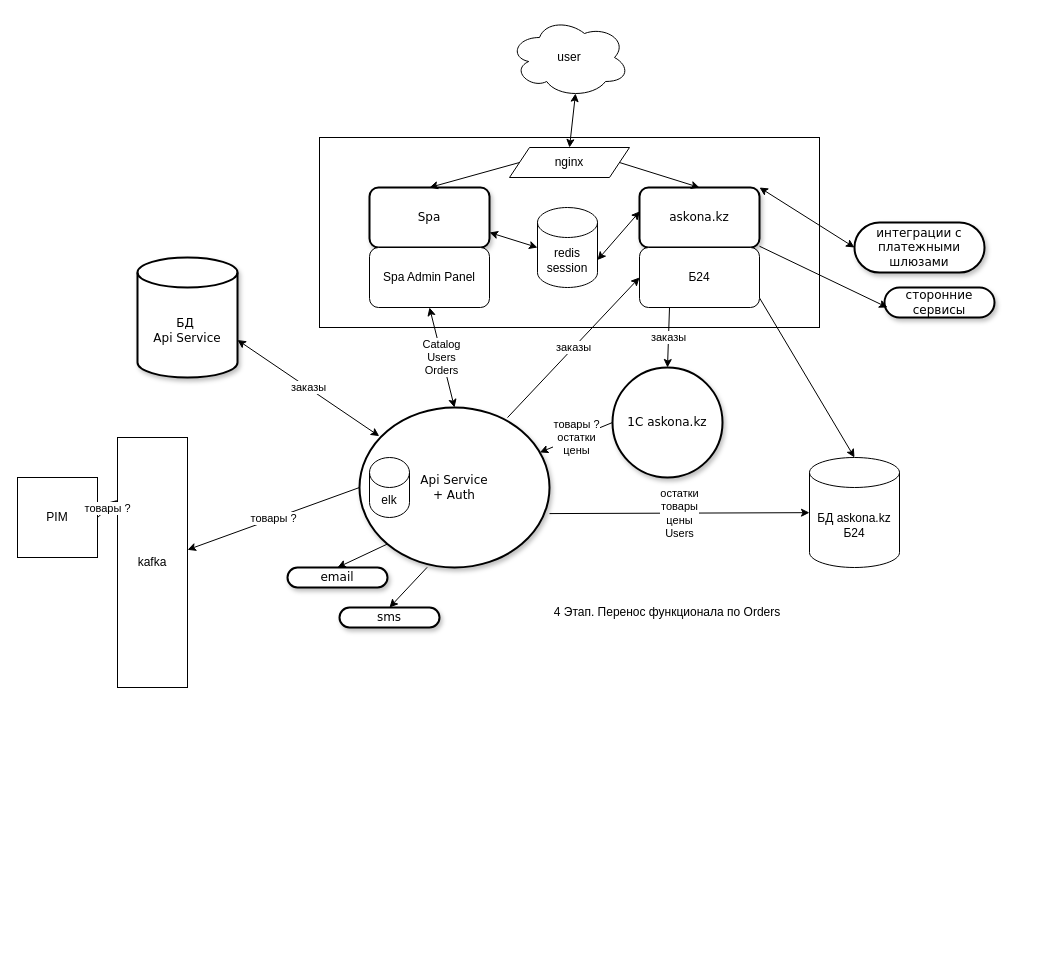
Above: page "4 Этап" (5 of 6) of Untitled Diagram.drawio in vartananastasia/ii (draw.io), before the change. Source tidied: cells renumbered, new cells numbered last; positions are measured from the earlier drawing's top-left corner, leaving out a move shared by most shapes. Both pictures are drawn from the tidied source at 100%, with x=0, y=0 at pixel (17, 17).
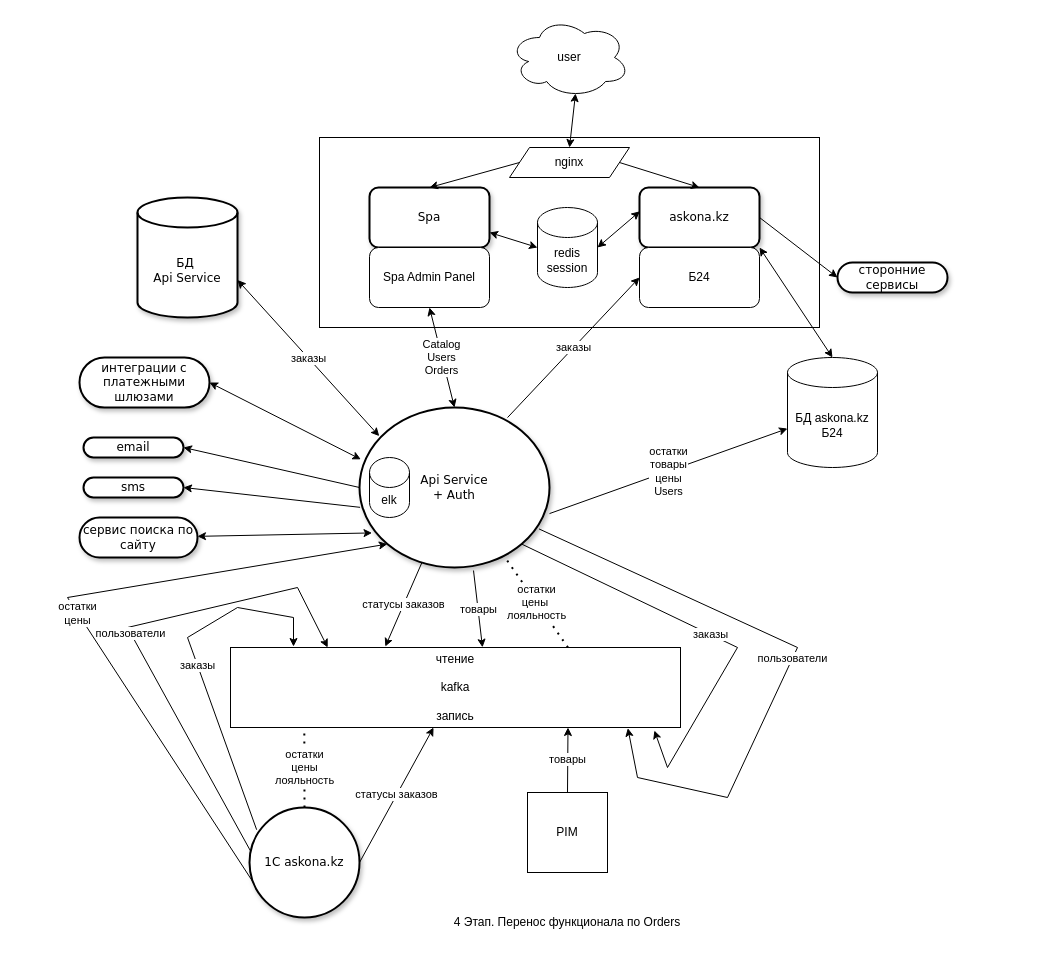
After the change.

Unchanged cells that the change refers to:
```xml
<mxCell id="8" value="Api Service&lt;br&gt;+ Auth&lt;br&gt;" style="ellipse;whiteSpace=wrap;html=1;rounded=1;shadow=1;comic=0;labelBackgroundColor=none;strokeWidth=2;fontFamily=Verdana;fontSize=12;align=center;" parent="1" vertex="1">
  <mxGeometry x="342" y="390" width="190" height="160" as="geometry" />
</mxCell>
<mxCell id="14" value="redis&lt;br&gt;session" style="shape=cylinder3;whiteSpace=wrap;html=1;boundedLbl=1;backgroundOutline=1;size=15;" parent="1" vertex="1">
  <mxGeometry x="520" y="190" width="60" height="80" as="geometry" />
</mxCell>
<mxCell id="15" value="askona.kz" style="whiteSpace=wrap;html=1;rounded=1;shadow=1;comic=0;labelBackgroundColor=none;strokeWidth=2;fontFamily=Verdana;fontSize=12;align=center;" parent="1" vertex="1">
  <mxGeometry x="622" y="170" width="120" height="60" as="geometry" />
</mxCell>
<mxCell id="37" value="Б24" style="rounded=1;whiteSpace=wrap;html=1;" parent="1" vertex="1">
  <mxGeometry x="622" y="230" width="120" height="60" as="geometry" />
</mxCell>
```

The edit, as a diff of the source:
```diff
@@
     <mxCell id="2" value="4 Этап. Перенос функционала по Orders" style="text;html=1;strokeColor=none;fillColor=none;align=center;verticalAlign=middle;whiteSpace=wrap;rounded=0;" parent="1" vertex="1">
-      <mxGeometry x="280" y="580" width="740" height="30" as="geometry" />
+      <mxGeometry x="180" y="890" width="740" height="30" as="geometry" />
     </mxCell>
     <mxCell id="3" value="sms" style="whiteSpace=wrap;html=1;rounded=1;shadow=1;comic=0;labelBackgroundColor=none;strokeWidth=2;fontFamily=Verdana;fontSize=12;align=center;arcSize=50;" parent="1" vertex="1">
-      <mxGeometry x="322" y="590" width="100" height="20" as="geometry" />
+      <mxGeometry x="66" y="460" width="100" height="20" as="geometry" />
     </mxCell>
     <mxCell id="4" value="&lt;span&gt;email&lt;/span&gt;" style="whiteSpace=wrap;html=1;rounded=1;shadow=1;comic=0;labelBackgroundColor=none;strokeWidth=2;fontFamily=Verdana;fontSize=12;align=center;arcSize=50;" parent="1" vertex="1">
-      <mxGeometry x="270" y="550" width="100" height="20" as="geometry" />
+      <mxGeometry x="66" y="420" width="100" height="20" as="geometry" />
     </mxCell>
     <mxCell id="5" value="сторонние сервисы" style="whiteSpace=wrap;html=1;rounded=1;shadow=1;comic=0;labelBackgroundColor=none;strokeWidth=2;fontFamily=Verdana;fontSize=12;align=center;arcSize=50;" parent="1" vertex="1">
-      <mxGeometry x="867" y="270" width="110" height="30" as="geometry" />
+      <mxGeometry x="820" y="245" width="110" height="30" as="geometry" />
     </mxCell>
     <mxCell id="6" value="БД askona.kz&lt;br&gt;Б24" style="shape=cylinder3;whiteSpace=wrap;html=1;boundedLbl=1;backgroundOutline=1;size=15;" parent="1" vertex="1">
-      <mxGeometry x="792" y="440" width="90" height="110" as="geometry" />
+      <mxGeometry x="770" y="340" width="90" height="110" as="geometry" />
     </mxCell>
     <mxCell id="7" value="интеграции с платежными шлюзами" style="whiteSpace=wrap;html=1;rounded=1;shadow=1;comic=0;labelBackgroundColor=none;strokeWidth=2;fontFamily=Verdana;fontSize=12;align=center;arcSize=50;" parent="1" vertex="1">
-      <mxGeometry x="837" y="205" width="130" height="50" as="geometry" />
+      <mxGeometry x="62" y="340" width="130" height="50" as="geometry" />
     </mxCell>
@@
-    <mxCell id="9" value="товары ?&lt;br&gt;остатки&lt;br&gt;цены" style="endArrow=classic;html=1;rounded=0;exitX=0;exitY=0.5;exitDx=0;exitDy=0;" parent="1" edge="1" source="21" target="8">
-      <mxGeometry relative="1" as="geometry" />
+    <mxCell id="9" value="остатки&lt;br&gt;цены" style="endArrow=classic;html=1;rounded=0;entryX=0;entryY=1;entryDx=0;entryDy=0;exitX=0;exitY=1;exitDx=0;exitDy=0;" parent="1" edge="1" source="21" target="8">
+      <mxGeometry relative="1" as="geometry">
+        <Array as="points">
+          <mxPoint x="50" y="580" />
+        </Array>
+      </mxGeometry>
     </mxCell>
@@
     <mxCell id="21" value="1C askona.kz" style="ellipse;whiteSpace=wrap;html=1;rounded=1;shadow=1;comic=0;labelBackgroundColor=none;strokeWidth=2;fontFamily=Verdana;fontSize=12;align=center;" parent="1" vertex="1">
-      <mxGeometry x="595" y="350" width="110" height="110" as="geometry" />
+      <mxGeometry x="232" y="790" width="110" height="110" as="geometry" />
     </mxCell>
-    <mxCell id="22" value="заказы" style="endArrow=classic;html=1;rounded=0;exitX=0.25;exitY=1;exitDx=0;exitDy=0;entryX=0.5;entryY=0;entryDx=0;entryDy=0;startArrow=none;" parent="1" edge="1" source="37" target="21">
-      <mxGeometry relative="1" as="geometry" />
-    </mxCell>
@@
-    <mxCell id="24" style="endArrow=classic;html=1;rounded=0;" parent="1" edge="1" source="15">
-      <mxGeometry relative="1" as="geometry">
-        <mxPoint x="870" y="290" as="targetPoint" />
-      </mxGeometry>
+    <mxCell id="24" style="endArrow=classic;html=1;rounded=0;entryX=0;entryY=0.5;entryDx=0;entryDy=0;exitX=1;exitY=0.5;exitDx=0;exitDy=0;" parent="1" edge="1" source="15" target="5">
+      <mxGeometry relative="1" as="geometry" />
     </mxCell>
-    <mxCell id="25" style="endArrow=classic;html=1;rounded=0;entryX=0.5;entryY=0;entryDx=0;entryDy=0;exitX=0;exitY=1;exitDx=0;exitDy=0;" parent="1" edge="1" source="8" target="4">
+    <mxCell id="25" style="endArrow=classic;html=1;rounded=0;entryX=1;entryY=0.5;entryDx=0;entryDy=0;exitX=0;exitY=0.5;exitDx=0;exitDy=0;" parent="1" edge="1" source="8" target="4">
       <mxGeometry relative="1" as="geometry" />
     </mxCell>
-    <mxCell id="26" style="endArrow=classic;html=1;rounded=0;entryX=0.5;entryY=0;entryDx=0;entryDy=0;exitX=0.356;exitY=0.999;exitDx=0;exitDy=0;exitPerimeter=0;" parent="1" edge="1" source="8" target="3">
+    <mxCell id="26" style="endArrow=classic;html=1;rounded=0;exitX=0.003;exitY=0.624;exitDx=0;exitDy=0;exitPerimeter=0;entryX=1;entryY=0.5;entryDx=0;entryDy=0;" parent="1" edge="1" source="8" target="3">
       <mxGeometry relative="1" as="geometry" />
     </mxCell>
-    <mxCell id="27" style="endArrow=classic;startArrow=classic;html=1;rounded=0;entryX=0;entryY=0.5;entryDx=0;entryDy=0;exitX=1;exitY=0;exitDx=0;exitDy=0;" parent="1" edge="1" source="15" target="7">
+    <mxCell id="27" style="endArrow=classic;startArrow=classic;html=1;rounded=0;exitX=0.007;exitY=0.324;exitDx=0;exitDy=0;exitPerimeter=0;entryX=1;entryY=0.5;entryDx=0;entryDy=0;" parent="1" edge="1" source="8" target="7">
       <mxGeometry relative="1" as="geometry" />
     </mxCell>
-    <mxCell id="28" style="endArrow=classic;startArrow=classic;html=1;rounded=0;entryX=0.75;entryY=1;entryDx=0;entryDy=0;exitX=0.5;exitY=0;exitDx=0;exitDy=0;exitPerimeter=0;" parent="1" edge="1" source="6" target="15">
+    <mxCell id="28" style="endArrow=classic;startArrow=classic;html=1;rounded=0;entryX=1;entryY=1;entryDx=0;entryDy=0;exitX=0.5;exitY=0;exitDx=0;exitDy=0;exitPerimeter=0;" parent="1" edge="1" source="6" target="15">
       <mxGeometry relative="1" as="geometry" />
     </mxCell>
@@
-    <mxCell id="31" value="kafka" style="rounded=0;whiteSpace=wrap;html=1;" parent="1" vertex="1">
-      <mxGeometry x="100" y="420" width="70" height="250" as="geometry" />
+    <mxCell id="31" value="чтение&lt;br&gt;&lt;br&gt;kafka&lt;br&gt;&lt;br&gt;запись" style="rounded=0;whiteSpace=wrap;html=1;" parent="1" vertex="1">
+      <mxGeometry x="213" y="630" width="450" height="80" as="geometry" />
     </mxCell>
     <mxCell id="32" value="PIM" style="whiteSpace=wrap;html=1;" parent="1" vertex="1">
-      <mxGeometry y="460" width="80" height="80" as="geometry" />
+      <mxGeometry x="510" y="775" width="80" height="80" as="geometry" />
     </mxCell>
-    <mxCell id="33" value="товары ?" style="endArrow=classic;html=1;rounded=0;exitX=0;exitY=0.5;exitDx=0;exitDy=0;" parent="1" edge="1" source="8" target="31">
+    <mxCell id="33" value="товары" style="endArrow=classic;html=1;rounded=0;exitX=0.6;exitY=1.019;exitDx=0;exitDy=0;exitPerimeter=0;entryX=0.56;entryY=-0.002;entryDx=0;entryDy=0;entryPerimeter=0;" parent="1" edge="1" source="8" target="31">
       <mxGeometry relative="1" as="geometry" />
     </mxCell>
-    <mxCell id="34" value="товары ?" style="endArrow=classic;html=1;rounded=0;entryX=0;entryY=0.25;entryDx=0;entryDy=0;exitX=1;exitY=0.5;exitDx=0;exitDy=0;" parent="1" edge="1" source="32" target="31">
+    <mxCell id="34" value="товары" style="endArrow=classic;html=1;rounded=0;entryX=0.75;entryY=1;entryDx=0;entryDy=0;exitX=0.5;exitY=0;exitDx=0;exitDy=0;" parent="1" edge="1" source="32" target="31">
       <mxGeometry relative="1" as="geometry" />
     </mxCell>
-    <mxCell id="35" style="endArrow=classic;startArrow=classic;html=1;rounded=0;entryX=0.003;entryY=0.397;entryDx=0;entryDy=0;entryPerimeter=0;exitX=1;exitY=0;exitDx=0;exitDy=52.5;exitPerimeter=0;" parent="1" edge="1" source="14" target="15">
+    <mxCell id="35" style="endArrow=classic;startArrow=classic;html=1;rounded=0;entryX=0.003;entryY=0.397;entryDx=0;entryDy=0;entryPerimeter=0;exitX=1;exitY=0.5;exitDx=0;exitDy=0;exitPerimeter=0;" parent="1" edge="1" source="14" target="15">
       <mxGeometry relative="1" as="geometry" />
     </mxCell>
@@
     <mxCell id="39" value="БД&amp;nbsp;&lt;br&gt;Api Service" style="shape=cylinder3;whiteSpace=wrap;html=1;boundedLbl=1;backgroundOutline=1;s1whiteSpace=wrap;html=1;rounded=1;shadow=1;comic=0;labelBackgroundColor=none;strokeWidth=2;fontFamily=Verdana;fontSize=12;align=center;ize=15;" parent="1" vertex="1">
-      <mxGeometry x="120" y="240" width="100" height="120" as="geometry" />
+      <mxGeometry x="120" y="180" width="100" height="120" as="geometry" />
     </mxCell>
@@
+    <mxCell id="41" value="сервис поиска по сайту" style="whiteSpace=wrap;html=1;rounded=1;shadow=1;comic=0;labelBackgroundColor=none;strokeWidth=2;fontFamily=Verdana;fontSize=12;align=center;arcSize=50;" parent="1" vertex="1">
+      <mxGeometry x="62" y="500" width="118" height="40" as="geometry" />
+    </mxCell>
+    <mxCell id="42" style="endArrow=classic;startArrow=classic;html=1;rounded=0;entryX=0.066;entryY=0.784;entryDx=0;entryDy=0;entryPerimeter=0;" parent="1" edge="1" source="41" target="8">
+      <mxGeometry relative="1" as="geometry" />
+    </mxCell>
+    <mxCell id="43" value="заказы" style="endArrow=classic;html=1;rounded=0;exitX=1;exitY=1;exitDx=0;exitDy=0;entryX=0.942;entryY=1.038;entryDx=0;entryDy=0;entryPerimeter=0;" parent="1" edge="1" source="8" target="31">
+      <mxGeometry relative="1" as="geometry">
+        <Array as="points">
+          <mxPoint x="720" y="630" />
+          <mxPoint x="650" y="750" />
+        </Array>
+      </mxGeometry>
+    </mxCell>
+    <mxCell id="44" value="статусы заказов" style="endArrow=classic;html=1;rounded=0;entryX=0.344;entryY=-0.012;entryDx=0;entryDy=0;entryPerimeter=0;" parent="1" edge="1" source="8" target="31">
+      <mxGeometry relative="1" as="geometry" />
+    </mxCell>
+    <mxCell id="45" value="заказы" style="endArrow=classic;html=1;rounded=0;entryX=0.14;entryY=-0.012;entryDx=0;entryDy=0;entryPerimeter=0;exitX=0.065;exitY=0.202;exitDx=0;exitDy=0;exitPerimeter=0;" parent="1" edge="1" source="21" target="31">
+      <mxGeometry relative="1" as="geometry">
+        <Array as="points">
+          <mxPoint x="170" y="620" />
+          <mxPoint x="220" y="590" />
+          <mxPoint x="276" y="600" />
+        </Array>
+      </mxGeometry>
+    </mxCell>
+    <mxCell id="46" value="статусы заказов" style="endArrow=classic;html=1;rounded=0;exitX=1;exitY=0.5;exitDx=0;exitDy=0;" parent="1" edge="1" source="21" target="31">
+      <mxGeometry relative="1" as="geometry" />
+    </mxCell>
+    <mxCell id="47" value="пользователи" style="endArrow=classic;html=1;rounded=0;exitX=0.945;exitY=0.759;exitDx=0;exitDy=0;entryX=0.883;entryY=1.008;entryDx=0;entryDy=0;entryPerimeter=0;exitPerimeter=0;" parent="1" edge="1" source="8" target="31">
+      <mxGeometry relative="1" as="geometry">
+        <Array as="points">
+          <mxPoint x="780" y="630" />
+          <mxPoint x="710" y="780" />
+          <mxPoint x="620" y="760" />
+        </Array>
+      </mxGeometry>
+    </mxCell>
+    <mxCell id="48" value="пользователи" style="endArrow=classic;html=1;rounded=0;entryX=0.216;entryY=0;entryDx=0;entryDy=0;entryPerimeter=0;exitX=0.009;exitY=0.395;exitDx=0;exitDy=0;exitPerimeter=0;" parent="1" edge="1" source="21" target="31">
+      <mxGeometry relative="1" as="geometry">
+        <Array as="points">
+          <mxPoint x="110" y="610" />
+          <mxPoint x="280" y="570" />
+        </Array>
+      </mxGeometry>
+    </mxCell>
+    <mxCell id="49" value="остатки&lt;br&gt;цены&lt;br&gt;лояльность" style="endArrow=none;dashed=1;html=1;dashPattern=1 3;strokeWidth=2;rounded=0;exitX=0.5;exitY=0;exitDx=0;exitDy=0;entryX=0.164;entryY=1;entryDx=0;entryDy=0;entryPerimeter=0;" parent="1" edge="1" source="21" target="31">
+      <mxGeometry relative="1" as="geometry" />
+    </mxCell>
+    <mxCell id="50" value="остатки&lt;br&gt;цены&amp;nbsp;&lt;br&gt;лояльность" style="endArrow=none;dashed=1;html=1;dashPattern=1 3;strokeWidth=2;rounded=0;entryX=0.768;entryY=0.941;entryDx=0;entryDy=0;entryPerimeter=0;exitX=0.75;exitY=0;exitDx=0;exitDy=0;" parent="1" edge="1" source="31" target="8">
+      <mxGeometry relative="1" as="geometry" />
+    </mxCell>
```
